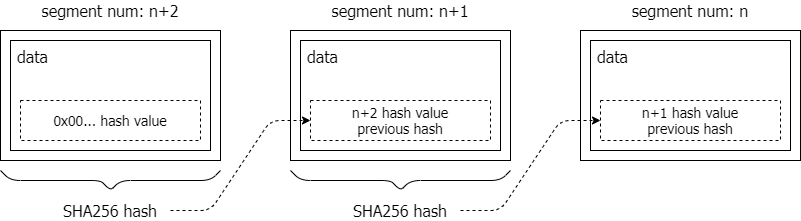
This is img/acm21-hash01.png from uni2u/difs, a draw.io export, as it was before one commit. Source tidied: cells renumbered, new cells last; positions are measured from the earlier drawing's top-left corner, leaving out a move shared by most shapes. Its diagram source:
```xml
<mxGraphModel>
  <root>
    <mxCell id="0" />
    <mxCell id="1" parent="0" />
    <mxCell id="2" style="rounded=0;whiteSpace=wrap;html=1;fontFamily=Tahoma;fontSize=16;" parent="1" vertex="1">
      <mxGeometry y="30" width="220" height="130" as="geometry" />
    </mxCell>
    <mxCell id="3" value="&amp;nbsp;data" style="rounded=0;whiteSpace=wrap;html=1;fontFamily=Tahoma;fontSize=16;align=left;verticalAlign=top;" parent="1" vertex="1">
      <mxGeometry x="10" y="40" width="200" height="110" as="geometry" />
    </mxCell>
    <mxCell id="4" value="0x00... hash value" style="rounded=0;whiteSpace=wrap;html=1;fontFamily=Tahoma;fontSize=14;align=center;dashed=1;" parent="1" vertex="1">
      <mxGeometry x="20" y="100" width="180" height="40" as="geometry" />
    </mxCell>
    <mxCell id="5" style="rounded=0;whiteSpace=wrap;html=1;fontFamily=Tahoma;fontSize=16;" parent="1" vertex="1">
      <mxGeometry x="290" y="30" width="220" height="130" as="geometry" />
    </mxCell>
    <mxCell id="6" value="&amp;nbsp;data" style="rounded=0;whiteSpace=wrap;html=1;fontFamily=Tahoma;fontSize=16;align=left;verticalAlign=top;" parent="1" vertex="1">
      <mxGeometry x="300" y="40" width="200" height="110" as="geometry" />
    </mxCell>
    <mxCell id="7" value="n+2 hash value&lt;br style=&quot;font-size: 14px;&quot;&gt;previous hash" style="rounded=0;whiteSpace=wrap;html=1;fontFamily=Tahoma;fontSize=14;align=center;dashed=1;" parent="1" vertex="1">
      <mxGeometry x="310" y="100" width="180" height="40" as="geometry" />
    </mxCell>
    <mxCell id="8" style="rounded=0;whiteSpace=wrap;html=1;fontFamily=Tahoma;fontSize=16;" parent="1" vertex="1">
      <mxGeometry x="580" y="30" width="220" height="130" as="geometry" />
    </mxCell>
    <mxCell id="9" value="&amp;nbsp;data" style="rounded=0;whiteSpace=wrap;html=1;fontFamily=Tahoma;fontSize=16;align=left;verticalAlign=top;" parent="1" vertex="1">
      <mxGeometry x="590" y="40" width="200" height="110" as="geometry" />
    </mxCell>
    <mxCell id="10" value="n+1 hash value&lt;br style=&quot;font-size: 14px;&quot;&gt;previous hash" style="rounded=0;whiteSpace=wrap;html=1;fontFamily=Tahoma;fontSize=14;align=center;dashed=1;" parent="1" vertex="1">
      <mxGeometry x="600" y="100" width="180" height="40" as="geometry" />
    </mxCell>
    <mxCell id="11" value="segment num: n+2" style="text;html=1;strokeColor=none;fillColor=none;align=center;verticalAlign=middle;whiteSpace=wrap;rounded=0;dashed=1;fontFamily=Tahoma;fontSize=16;" parent="1" vertex="1">
      <mxGeometry width="220" height="20" as="geometry" />
    </mxCell>
    <mxCell id="12" value="segment num: n+1" style="text;html=1;strokeColor=none;fillColor=none;align=center;verticalAlign=middle;whiteSpace=wrap;rounded=0;dashed=1;fontFamily=Tahoma;fontSize=16;" parent="1" vertex="1">
      <mxGeometry x="290" width="220" height="20" as="geometry" />
    </mxCell>
    <mxCell id="13" value="segment num: n" style="text;html=1;strokeColor=none;fillColor=none;align=center;verticalAlign=middle;whiteSpace=wrap;rounded=0;dashed=1;fontFamily=Tahoma;fontSize=16;" parent="1" vertex="1">
      <mxGeometry x="580" width="220" height="20" as="geometry" />
    </mxCell>
    <mxCell id="14" style="endArrow=none;html=1;fontFamily=Tahoma;fontSize=16;" parent="1" edge="1">
      <mxGeometry relative="1" as="geometry">
        <mxPoint x="220" y="170" as="sourcePoint" />
        <mxPoint y="170" as="targetPoint" />
        <Array as="points">
          <mxPoint x="210" y="180" />
          <mxPoint x="120" y="180" />
          <mxPoint x="110" y="190" />
          <mxPoint x="100" y="180" />
          <mxPoint x="10" y="180" />
        </Array>
      </mxGeometry>
    </mxCell>
    <mxCell id="15" value="SHA256 hash" style="text;html=1;strokeColor=none;fillColor=none;align=center;verticalAlign=middle;whiteSpace=wrap;rounded=0;dashed=1;fontFamily=Tahoma;fontSize=16;" parent="1" vertex="1">
      <mxGeometry x="50" y="200" width="120" height="20" as="geometry" />
    </mxCell>
    <mxCell id="16" style="endArrow=classic;html=1;fontFamily=Tahoma;fontSize=16;exitX=1;exitY=0.5;exitDx=0;exitDy=0;entryX=0;entryY=0.5;entryDx=0;entryDy=0;dashed=1;" parent="1" edge="1" source="15" target="7">
      <mxGeometry relative="1" as="geometry">
        <Array as="points">
          <mxPoint x="210" y="210" />
          <mxPoint x="270" y="120" />
        </Array>
      </mxGeometry>
    </mxCell>
    <mxCell id="17" style="endArrow=none;html=1;fontFamily=Tahoma;fontSize=16;" parent="1" edge="1">
      <mxGeometry relative="1" as="geometry">
        <mxPoint x="510" y="170" as="sourcePoint" />
        <mxPoint x="290" y="170" as="targetPoint" />
        <Array as="points">
          <mxPoint x="500" y="180" />
          <mxPoint x="410" y="180" />
          <mxPoint x="400" y="190" />
          <mxPoint x="390" y="180" />
          <mxPoint x="300" y="180" />
        </Array>
      </mxGeometry>
    </mxCell>
    <mxCell id="18" value="SHA256 hash" style="text;html=1;strokeColor=none;fillColor=none;align=center;verticalAlign=middle;whiteSpace=wrap;rounded=0;dashed=1;fontFamily=Tahoma;fontSize=16;" parent="1" vertex="1">
      <mxGeometry x="340" y="200" width="120" height="20" as="geometry" />
    </mxCell>
    <mxCell id="19" style="endArrow=classic;html=1;fontFamily=Tahoma;fontSize=16;dashed=1;exitX=1;exitY=0.5;exitDx=0;exitDy=0;entryX=0;entryY=0.5;entryDx=0;entryDy=0;" parent="1" edge="1" source="18" target="10">
      <mxGeometry relative="1" as="geometry">
        <Array as="points">
          <mxPoint x="500" y="210" />
          <mxPoint x="560" y="120" />
        </Array>
      </mxGeometry>
    </mxCell>
  </root>
</mxGraphModel>
```
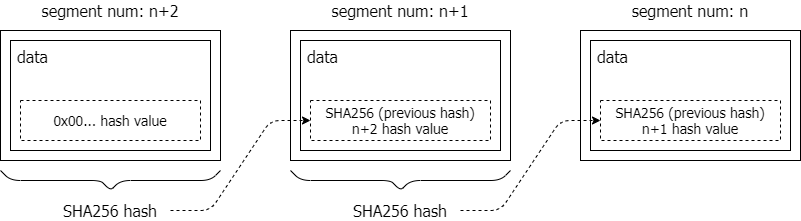
The same file after the commit.

What changed in the source:
```diff
@@ -17,7 +17,7 @@
     <mxCell id="6" value="&amp;nbsp;data" style="rounded=0;whiteSpace=wrap;html=1;fontFamily=Tahoma;fontSize=16;align=left;verticalAlign=top;" parent="1" vertex="1">
       <mxGeometry x="300" y="40" width="200" height="110" as="geometry" />
     </mxCell>
-    <mxCell id="7" value="n+2 hash value&lt;br style=&quot;font-size: 14px;&quot;&gt;previous hash" style="rounded=0;whiteSpace=wrap;html=1;fontFamily=Tahoma;fontSize=14;align=center;dashed=1;" parent="1" vertex="1">
+    <mxCell id="7" value="SHA256 (previous hash)&lt;br&gt;n+2 hash value" style="rounded=0;whiteSpace=wrap;html=1;fontFamily=Tahoma;fontSize=14;align=center;dashed=1;" parent="1" vertex="1">
       <mxGeometry x="310" y="100" width="180" height="40" as="geometry" />
     </mxCell>
     <mxCell id="8" style="rounded=0;whiteSpace=wrap;html=1;fontFamily=Tahoma;fontSize=16;" parent="1" vertex="1">
@@ -26,7 +26,7 @@
     <mxCell id="9" value="&amp;nbsp;data" style="rounded=0;whiteSpace=wrap;html=1;fontFamily=Tahoma;fontSize=16;align=left;verticalAlign=top;" parent="1" vertex="1">
       <mxGeometry x="590" y="40" width="200" height="110" as="geometry" />
     </mxCell>
-    <mxCell id="10" value="n+1 hash value&lt;br style=&quot;font-size: 14px;&quot;&gt;previous hash" style="rounded=0;whiteSpace=wrap;html=1;fontFamily=Tahoma;fontSize=14;align=center;dashed=1;" parent="1" vertex="1">
+    <mxCell id="10" value="SHA256 (previous hash)&lt;br&gt;n+1 hash value" style="rounded=0;whiteSpace=wrap;html=1;fontFamily=Tahoma;fontSize=14;align=center;dashed=1;" parent="1" vertex="1">
       <mxGeometry x="600" y="100" width="180" height="40" as="geometry" />
     </mxCell>
     <mxCell id="11" value="segment num: n+2" style="text;html=1;strokeColor=none;fillColor=none;align=center;verticalAlign=middle;whiteSpace=wrap;rounded=0;dashed=1;fontFamily=Tahoma;fontSize=16;" parent="1" vertex="1">
```
